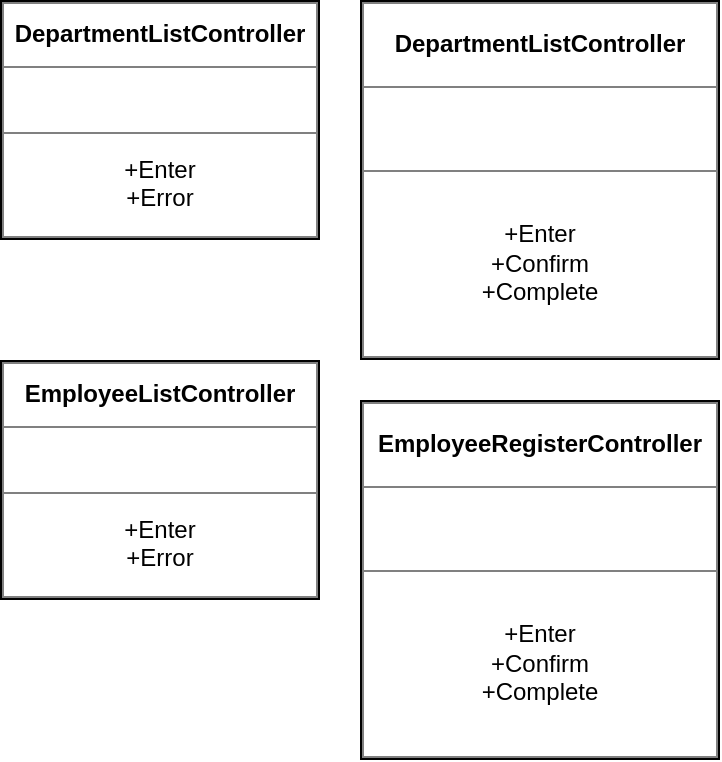
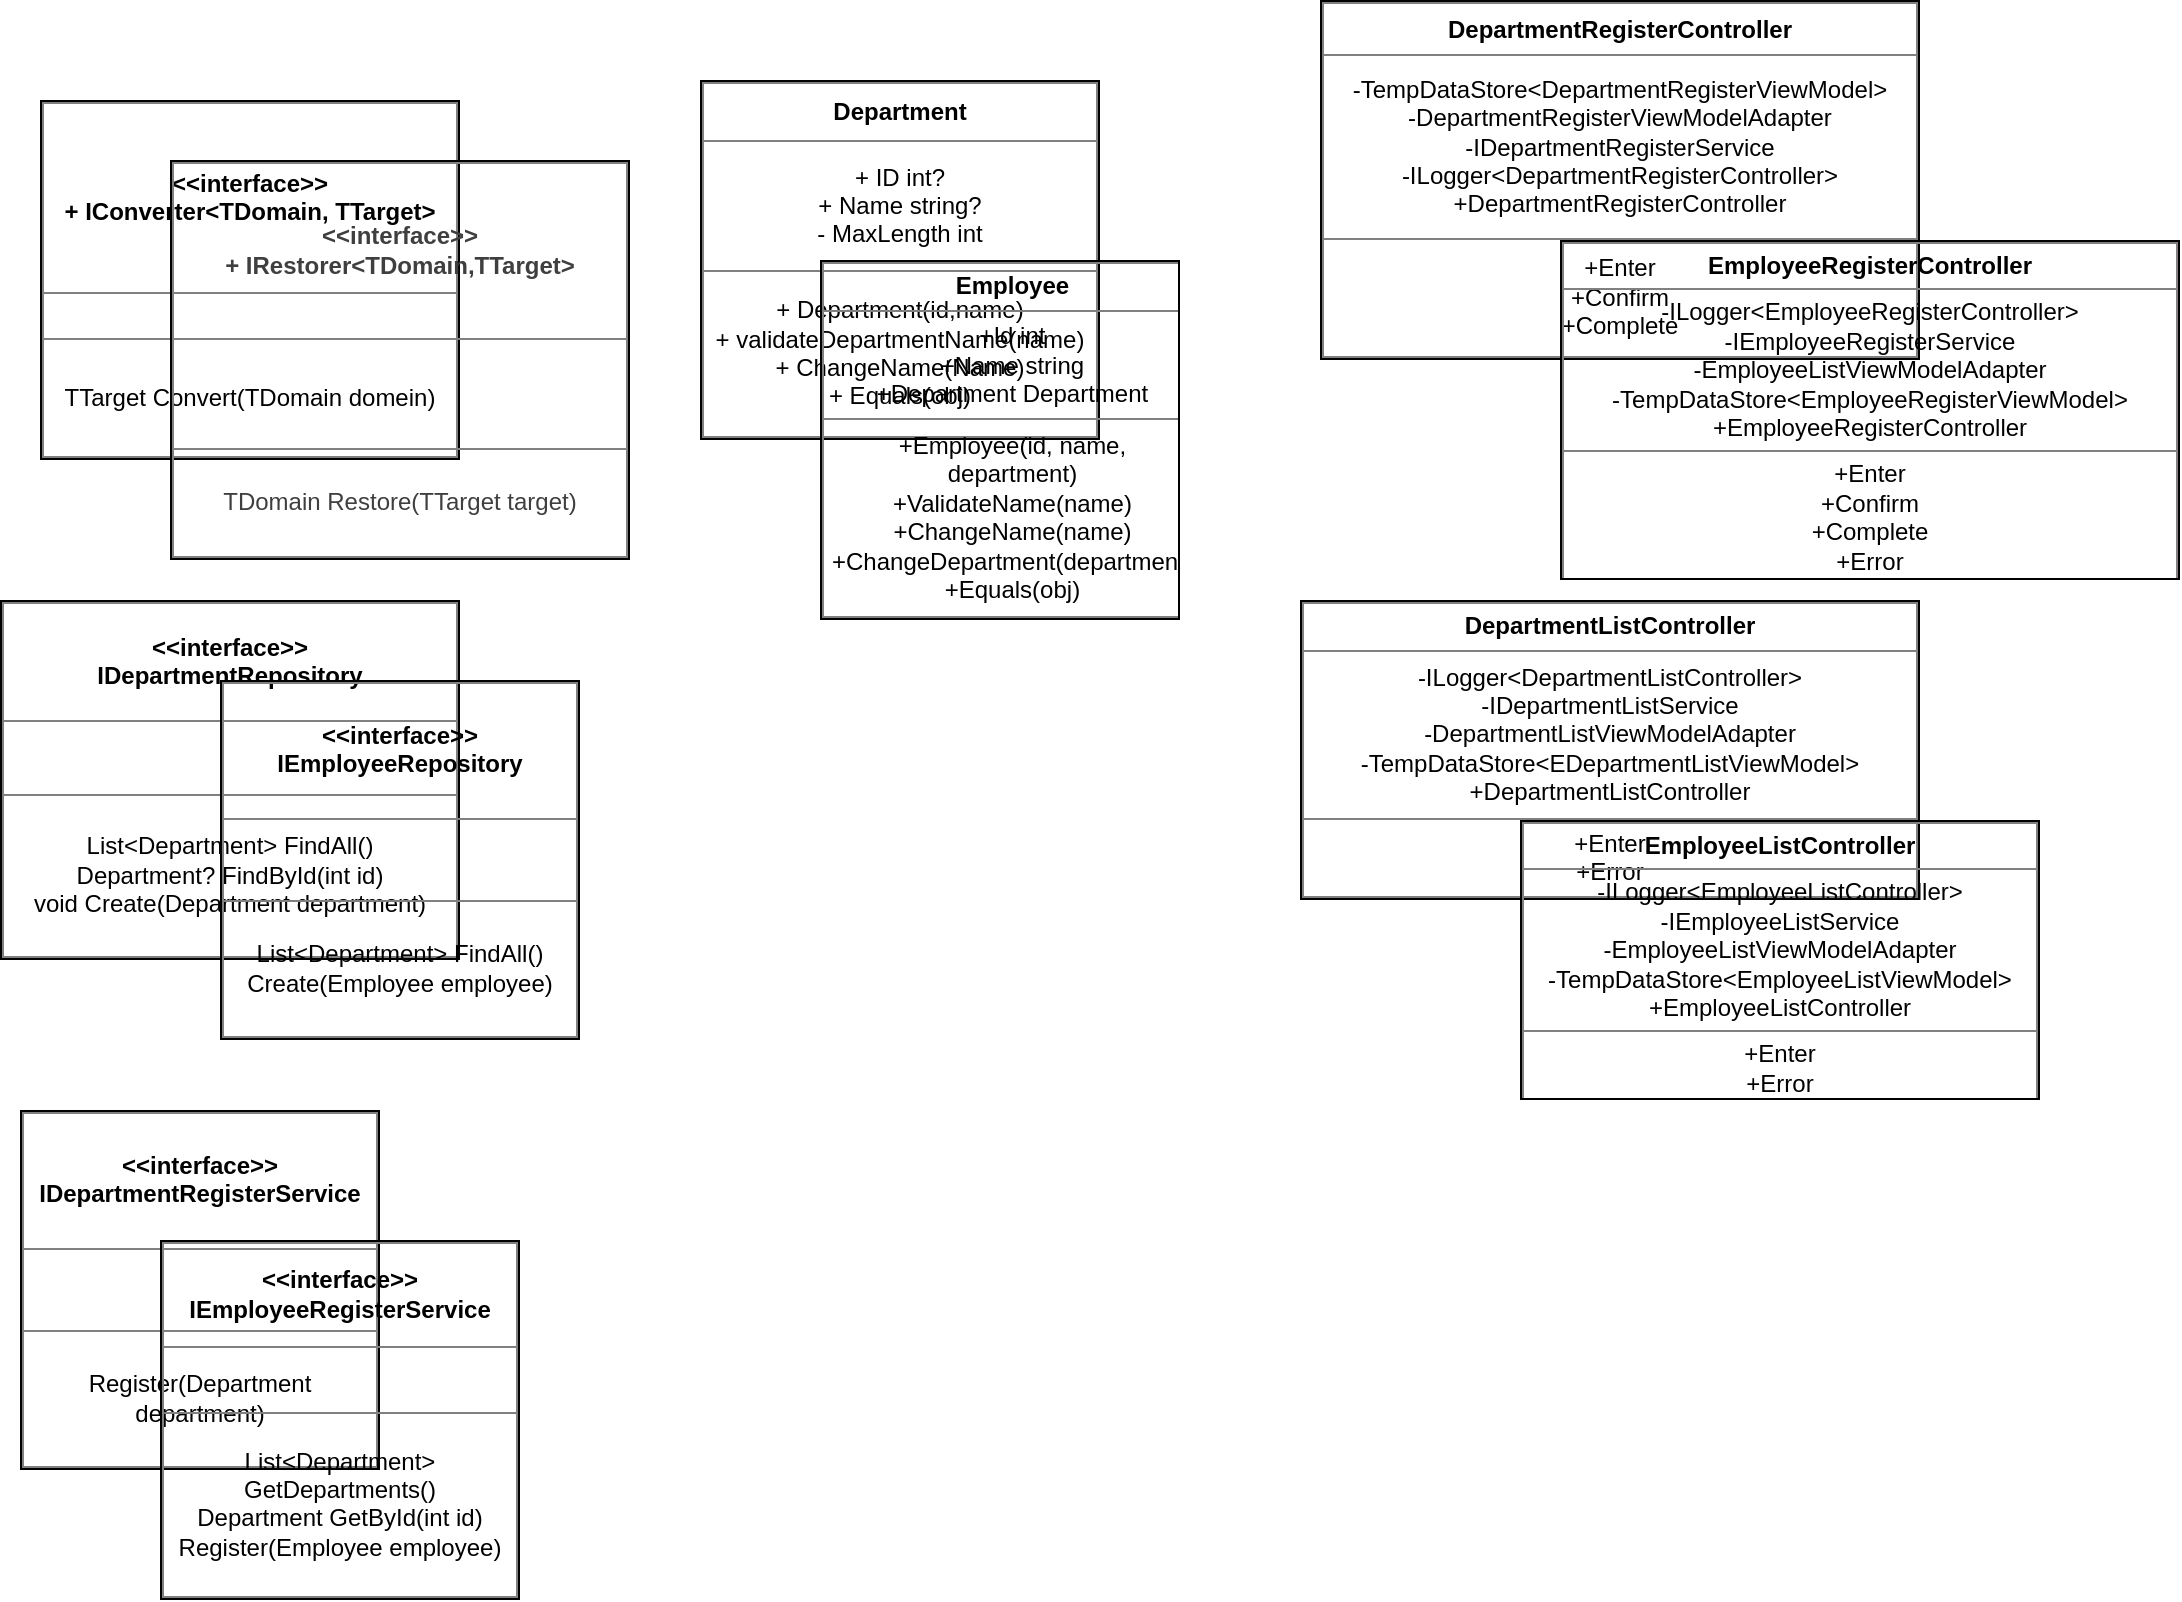
<mxfile host="65bd71144e">
    <diagram name="ページ-1" id="61RVPWnuirh5MR-BbGoL">
-         <mxGraphModel dx="538" dy="515" grid="1" gridSize="10" guides="1" tooltips="1" connect="1" arrows="1" fold="1" page="1" pageScale="1" pageWidth="827" pageHeight="1169" math="0" shadow="0">
+         <mxGraphModel dx="1621" dy="419" grid="1" gridSize="10" guides="1" tooltips="1" connect="1" arrows="1" fold="1" page="1" pageScale="1" pageWidth="827" pageHeight="1169" math="0" shadow="0">
            <root>
                <mxCell id="0"/>
                <mxCell id="1" parent="0"/>
-                 <mxCell id="2" value="&lt;table border=&quot;1&quot; width=&quot;100%&quot; height=&quot;100%&quot; cellpadding=&quot;4&quot; style=&quot;width:100%;height:100%;border-collapse:collapse;&quot;&gt;&lt;tbody&gt;&lt;tr&gt;&lt;th align=&quot;center&quot;&gt;DepartmentListController&lt;/th&gt;&lt;/tr&gt;&lt;tr&gt;&lt;td align=&quot;center&quot;&gt;&lt;br&gt;&lt;/td&gt;&lt;/tr&gt;&lt;tr&gt;&lt;td align=&quot;center&quot;&gt;+Enter&lt;br&gt;+Error&lt;/td&gt;&lt;/tr&gt;&lt;/tbody&gt;&lt;/table&gt;" style="text;html=1;whiteSpace=wrap;strokeColor=none;fillColor=none;overflow=fill;labelBorderColor=default;" parent="1" vertex="1">
-                     <mxGeometry x="20" y="90" width="160" height="120" as="geometry"/>
+                 <mxCell id="2" value="&lt;table border=&quot;1&quot; width=&quot;100%&quot; height=&quot;100%&quot; cellpadding=&quot;4&quot; style=&quot;width:100%;height:100%;border-collapse:collapse;&quot;&gt;&lt;tbody&gt;&lt;tr&gt;&lt;th align=&quot;center&quot;&gt;DepartmentListController&lt;/th&gt;&lt;/tr&gt;&lt;tr&gt;&lt;td align=&quot;center&quot;&gt;-ILogger&amp;lt;DepartmentListController&amp;gt;&lt;br&gt;-IDepartmentListService&lt;br&gt;-DepartmentListViewModelAdapter&lt;br&gt;-TempDataStore&amp;lt;EDepartmentListViewModel&amp;gt;&lt;br&gt;+DepartmentListController&lt;/td&gt;&lt;/tr&gt;&lt;tr&gt;&lt;td align=&quot;center&quot;&gt;+Enter&lt;br&gt;+Error&lt;/td&gt;&lt;/tr&gt;&lt;/tbody&gt;&lt;/table&gt;" style="text;html=1;whiteSpace=wrap;strokeColor=none;fillColor=none;overflow=fill;labelBorderColor=default;" parent="1" vertex="1">
+                     <mxGeometry x="360" y="330" width="310" height="150" as="geometry"/>
                </mxCell>
-                 <mxCell id="6" value="&lt;table border=&quot;1&quot; width=&quot;100%&quot; height=&quot;100%&quot; cellpadding=&quot;4&quot; style=&quot;width:100%;height:100%;border-collapse:collapse;&quot;&gt;&lt;tbody&gt;&lt;tr&gt;&lt;th align=&quot;center&quot;&gt;DepartmentListController&lt;/th&gt;&lt;/tr&gt;&lt;tr&gt;&lt;td align=&quot;center&quot;&gt;&lt;br&gt;&lt;/td&gt;&lt;/tr&gt;&lt;tr&gt;&lt;td align=&quot;center&quot;&gt;+Enter&lt;br&gt;+Confirm&lt;br&gt;+Complete&lt;/td&gt;&lt;/tr&gt;&lt;/tbody&gt;&lt;/table&gt;" style="text;html=1;whiteSpace=wrap;strokeColor=none;fillColor=none;overflow=fill;labelBorderColor=default;" parent="1" vertex="1">
-                     <mxGeometry x="200" y="90" width="180" height="180" as="geometry"/>
+                 <mxCell id="6" value="&lt;table border=&quot;1&quot; width=&quot;100%&quot; height=&quot;100%&quot; cellpadding=&quot;4&quot; style=&quot;width:100%;height:100%;border-collapse:collapse;&quot;&gt;&lt;tbody&gt;&lt;tr&gt;&lt;th align=&quot;center&quot;&gt;DepartmentRegisterController&lt;/th&gt;&lt;/tr&gt;&lt;tr&gt;&lt;td align=&quot;center&quot;&gt;-TempDataStore&amp;lt;DepartmentRegisterViewModel&amp;gt;&lt;br&gt;-DepartmentRegisterViewModelAdapter&lt;br&gt;-IDepartmentRegisterService&lt;br&gt;-ILogger&amp;lt;DepartmentRegisterController&amp;gt;&lt;br&gt;+DepartmentRegisterController&lt;br&gt;&lt;/td&gt;&lt;/tr&gt;&lt;tr&gt;&lt;td align=&quot;center&quot;&gt;+Enter&lt;br&gt;+Confirm&lt;br&gt;+Complete&lt;/td&gt;&lt;/tr&gt;&lt;/tbody&gt;&lt;/table&gt;" style="text;html=1;whiteSpace=wrap;strokeColor=none;fillColor=none;overflow=fill;labelBorderColor=default;" parent="1" vertex="1">
+                     <mxGeometry x="370" y="30" width="300" height="180" as="geometry"/>
                </mxCell>
-                 <mxCell id="9" value="&lt;table border=&quot;1&quot; width=&quot;100%&quot; height=&quot;100%&quot; cellpadding=&quot;4&quot; style=&quot;width:100%;height:100%;border-collapse:collapse;&quot;&gt;&lt;tbody&gt;&lt;tr&gt;&lt;th align=&quot;center&quot;&gt;EmployeeListController&lt;/th&gt;&lt;/tr&gt;&lt;tr&gt;&lt;td align=&quot;center&quot;&gt;&lt;br&gt;&lt;/td&gt;&lt;/tr&gt;&lt;tr&gt;&lt;td align=&quot;center&quot;&gt;+Enter&lt;br&gt;+Error&lt;/td&gt;&lt;/tr&gt;&lt;/tbody&gt;&lt;/table&gt;" style="text;html=1;whiteSpace=wrap;strokeColor=none;fillColor=none;overflow=fill;labelBorderColor=default;" parent="1" vertex="1">
-                     <mxGeometry x="20" y="270" width="160" height="120" as="geometry"/>
+                 <mxCell id="9" value="&lt;table border=&quot;1&quot; width=&quot;100%&quot; height=&quot;100%&quot; cellpadding=&quot;4&quot; style=&quot;width:100%;height:100%;border-collapse:collapse;&quot;&gt;&lt;tbody&gt;&lt;tr&gt;&lt;th align=&quot;center&quot;&gt;EmployeeListController&lt;/th&gt;&lt;/tr&gt;&lt;tr&gt;&lt;td align=&quot;center&quot;&gt;-ILogger&amp;lt;EmployeeListController&amp;gt;&lt;br&gt;-IEmployeeListService&lt;br&gt;-EmployeeListViewModelAdapter&lt;br&gt;-TempDataStore&amp;lt;EmployeeListViewModel&amp;gt;&lt;br&gt;+EmployeeListController&lt;/td&gt;&lt;/tr&gt;&lt;tr&gt;&lt;td align=&quot;center&quot;&gt;+Enter&lt;br&gt;+Error&lt;/td&gt;&lt;/tr&gt;&lt;/tbody&gt;&lt;/table&gt;" style="text;html=1;whiteSpace=wrap;strokeColor=none;fillColor=none;overflow=fill;labelBorderColor=default;" parent="1" vertex="1">
+                     <mxGeometry x="470" y="440" width="260" height="140" as="geometry"/>
                </mxCell>
-                 <mxCell id="10" value="&lt;table border=&quot;1&quot; width=&quot;100%&quot; height=&quot;100%&quot; cellpadding=&quot;4&quot; style=&quot;width:100%;height:100%;border-collapse:collapse;&quot;&gt;&lt;tbody&gt;&lt;tr&gt;&lt;th align=&quot;center&quot;&gt;EmployeeRegisterController&lt;/th&gt;&lt;/tr&gt;&lt;tr&gt;&lt;td align=&quot;center&quot;&gt;&lt;br&gt;&lt;/td&gt;&lt;/tr&gt;&lt;tr&gt;&lt;td align=&quot;center&quot;&gt;+Enter&lt;br&gt;+Confirm&lt;br&gt;+Complete&lt;/td&gt;&lt;/tr&gt;&lt;/tbody&gt;&lt;/table&gt;" style="text;html=1;whiteSpace=wrap;strokeColor=none;fillColor=none;overflow=fill;labelBorderColor=default;" parent="1" vertex="1">
-                     <mxGeometry x="200" y="290" width="180" height="180" as="geometry"/>
+                 <mxCell id="10" value="&lt;table border=&quot;1&quot; width=&quot;100%&quot; height=&quot;100%&quot; cellpadding=&quot;4&quot; style=&quot;width:100%;height:100%;border-collapse:collapse;&quot;&gt;&lt;tbody&gt;&lt;tr&gt;&lt;th align=&quot;center&quot;&gt;EmployeeRegisterController&lt;/th&gt;&lt;/tr&gt;&lt;tr&gt;&lt;td align=&quot;center&quot;&gt;-ILogger&amp;lt;EmployeeRegisterController&amp;gt;&lt;br&gt;-IEmployeeRegisterService&lt;br&gt;-EmployeeListViewModelAdapter&lt;br&gt;-TempDataStore&amp;lt;EmployeeRegisterViewModel&amp;gt;&lt;br&gt;+EmployeeRegisterController&lt;/td&gt;&lt;/tr&gt;&lt;tr&gt;&lt;td align=&quot;center&quot;&gt;+Enter&lt;br&gt;+Confirm&lt;br&gt;+Complete&lt;br&gt;+Error&lt;/td&gt;&lt;/tr&gt;&lt;/tbody&gt;&lt;/table&gt;" style="text;html=1;whiteSpace=wrap;strokeColor=none;fillColor=none;overflow=fill;labelBorderColor=default;" parent="1" vertex="1">
+                     <mxGeometry x="490" y="150" width="310" height="170" as="geometry"/>
+                 </mxCell>
+                 <mxCell id="11" value="&lt;table border=&quot;1&quot; width=&quot;100%&quot; height=&quot;100%&quot; cellpadding=&quot;4&quot; style=&quot;width:100%;height:100%;border-collapse:collapse;&quot;&gt;&lt;tbody&gt;&lt;tr&gt;&lt;th align=&quot;center&quot;&gt;&amp;lt;&amp;lt;interface&amp;gt;&amp;gt;&lt;br&gt;+ IConverter&amp;lt;TDomain, TTarget&amp;gt;&lt;/th&gt;&lt;/tr&gt;&lt;tr&gt;&lt;td align=&quot;center&quot;&gt;&lt;/td&gt;&lt;/tr&gt;&lt;tr&gt;&lt;td align=&quot;center&quot;&gt;TTarget Convert(TDomain domein)&lt;/td&gt;&lt;/tr&gt;&lt;/tbody&gt;&lt;/table&gt;" style="text;html=1;whiteSpace=wrap;strokeColor=none;fillColor=none;overflow=fill;labelBackgroundColor=none;labelBorderColor=default;" vertex="1" parent="1">
+                     <mxGeometry x="-270" y="80" width="210" height="180" as="geometry"/>
+                 </mxCell>
+                 <mxCell id="14" value="&lt;table border=&quot;1&quot; width=&quot;100%&quot; height=&quot;100%&quot; cellpadding=&quot;4&quot; style=&quot;width:100%;height:100%;border-collapse:collapse;&quot;&gt;&lt;tbody&gt;&lt;tr&gt;&lt;th align=&quot;center&quot;&gt;Department&lt;/th&gt;&lt;/tr&gt;&lt;tr&gt;&lt;td align=&quot;center&quot;&gt;+ ID int?&lt;br&gt;+ Name string?&lt;br&gt;- MaxLength int&lt;/td&gt;&lt;/tr&gt;&lt;tr&gt;&lt;td align=&quot;center&quot;&gt;+ Department(id,name)&lt;br&gt;+ validateDepartmentName(name)&lt;br&gt;+ ChangeName(Name)&lt;br&gt;+ Equals(obj)&lt;/td&gt;&lt;/tr&gt;&lt;/tbody&gt;&lt;/table&gt;" style="text;html=1;whiteSpace=wrap;strokeColor=none;fillColor=none;overflow=fill;labelBorderColor=default;" vertex="1" parent="1">
+                     <mxGeometry x="60" y="70" width="200" height="180" as="geometry"/>
+                 </mxCell>
+                 <mxCell id="15" value="&lt;table border=&quot;1&quot; width=&quot;100%&quot; height=&quot;100%&quot; cellpadding=&quot;4&quot; style=&quot;width:100%;height:100%;border-collapse:collapse;&quot;&gt;&lt;tbody&gt;&lt;tr&gt;&lt;th align=&quot;center&quot;&gt;Employee&lt;/th&gt;&lt;/tr&gt;&lt;tr&gt;&lt;td align=&quot;center&quot;&gt;&lt;font face=&quot;Helvetica&quot;&gt;+Id int&lt;br&gt;+Name string&lt;br&gt;+Department Department&lt;br&gt;&lt;/font&gt;&lt;/td&gt;&lt;/tr&gt;&lt;tr&gt;&lt;td align=&quot;center&quot;&gt;+Employee(id, name, department)&lt;br&gt;+ValidateName(name)&lt;br&gt;+ChangeName(name)&lt;br&gt;+ChangeDepartment(department)&lt;br&gt;+Equals(obj)&lt;/td&gt;&lt;/tr&gt;&lt;/tbody&gt;&lt;/table&gt;" style="text;html=1;whiteSpace=wrap;strokeColor=none;fillColor=none;overflow=fill;labelBackgroundColor=none;labelBorderColor=default;" vertex="1" parent="1">
+                     <mxGeometry x="120" y="160" width="180" height="180" as="geometry"/>
+                 </mxCell>
+                 <mxCell id="16" value="&lt;table border=&quot;1&quot; width=&quot;100%&quot; height=&quot;100%&quot; cellpadding=&quot;4&quot; style=&quot;width:100%;height:100%;border-collapse:collapse;&quot;&gt;&lt;tbody&gt;&lt;tr&gt;&lt;th align=&quot;center&quot;&gt;&amp;lt;&amp;lt;interface&amp;gt;&amp;gt;&lt;br&gt;IDepartmentRepository&lt;/th&gt;&lt;/tr&gt;&lt;tr&gt;&lt;td align=&quot;center&quot;&gt;&lt;br&gt;&lt;/td&gt;&lt;/tr&gt;&lt;tr&gt;&lt;td align=&quot;center&quot;&gt;List&amp;lt;Department&amp;gt; FindAll()&lt;br&gt;Department? FindById(int id)&lt;br&gt;void Create(Department department)&lt;/td&gt;&lt;/tr&gt;&lt;/tbody&gt;&lt;/table&gt;" style="text;html=1;whiteSpace=wrap;strokeColor=none;fillColor=none;overflow=fill;labelBorderColor=default;" vertex="1" parent="1">
+                     <mxGeometry x="-290" y="330" width="230" height="180" as="geometry"/>
+                 </mxCell>
+                 <mxCell id="17" value="&lt;table border=&quot;1&quot; width=&quot;100%&quot; height=&quot;100%&quot; cellpadding=&quot;4&quot; style=&quot;width:100%;height:100%;border-collapse:collapse;&quot;&gt;&lt;tbody&gt;&lt;tr&gt;&lt;th align=&quot;center&quot;&gt;&amp;lt;&amp;lt;interface&amp;gt;&amp;gt;&lt;br&gt;IEmployeeRepository&lt;/th&gt;&lt;/tr&gt;&lt;tr&gt;&lt;td align=&quot;center&quot;&gt;&lt;br&gt;&lt;/td&gt;&lt;/tr&gt;&lt;tr&gt;&lt;td align=&quot;center&quot;&gt;List&amp;lt;Department&amp;gt; FindAll()&lt;br&gt;Create(Employee employee)&lt;/td&gt;&lt;/tr&gt;&lt;/tbody&gt;&lt;/table&gt;" style="text;html=1;whiteSpace=wrap;strokeColor=none;fillColor=none;overflow=fill;labelBorderColor=default;" vertex="1" parent="1">
+                     <mxGeometry x="-180" y="370" width="180" height="180" as="geometry"/>
+                 </mxCell>
+                 <mxCell id="18" value="&lt;table border=&quot;1&quot; width=&quot;100%&quot; height=&quot;100%&quot; cellpadding=&quot;4&quot; style=&quot;width:100%;height:100%;border-collapse:collapse;&quot;&gt;&lt;tbody&gt;&lt;tr&gt;&lt;th align=&quot;center&quot;&gt;&amp;lt;&amp;lt;interface&amp;gt;&amp;gt;&lt;br&gt;IDepartmentRegisterService&lt;/th&gt;&lt;/tr&gt;&lt;tr&gt;&lt;td align=&quot;center&quot;&gt;&lt;br&gt;&lt;/td&gt;&lt;/tr&gt;&lt;tr&gt;&lt;td align=&quot;center&quot;&gt;Register(Department department)&lt;/td&gt;&lt;/tr&gt;&lt;/tbody&gt;&lt;/table&gt;" style="text;html=1;whiteSpace=wrap;strokeColor=none;fillColor=none;overflow=fill;labelBorderColor=default;" vertex="1" parent="1">
+                     <mxGeometry x="-280" y="585" width="180" height="180" as="geometry"/>
+                 </mxCell>
+                 <mxCell id="19" value="&lt;table border=&quot;1&quot; width=&quot;100%&quot; height=&quot;100%&quot; cellpadding=&quot;4&quot; style=&quot;width:100%;height:100%;border-collapse:collapse;&quot;&gt;&lt;tbody&gt;&lt;tr&gt;&lt;th align=&quot;center&quot;&gt;&amp;lt;&amp;lt;interface&amp;gt;&amp;gt;&lt;br&gt;IEmployeeRegisterService&lt;/th&gt;&lt;/tr&gt;&lt;tr&gt;&lt;td align=&quot;center&quot;&gt;&lt;br&gt;&lt;/td&gt;&lt;/tr&gt;&lt;tr&gt;&lt;td align=&quot;center&quot;&gt;List&amp;lt;Department&amp;gt; GetDepartments()&lt;br&gt;Department GetById(int id)&lt;br&gt;Register(Employee employee)&lt;/td&gt;&lt;/tr&gt;&lt;/tbody&gt;&lt;/table&gt;" style="text;html=1;whiteSpace=wrap;strokeColor=none;fillColor=none;overflow=fill;labelBorderColor=default;" vertex="1" parent="1">
+                     <mxGeometry x="-210" y="650" width="180" height="180" as="geometry"/>
+                 </mxCell>
+                 <mxCell id="21" value="&lt;table border=&quot;1&quot; width=&quot;100%&quot; height=&quot;100%&quot; cellpadding=&quot;4&quot; style=&quot;width:100%;height:100%;border-collapse:collapse;&quot;&gt;&lt;tbody&gt;&lt;tr&gt;&lt;th align=&quot;center&quot;&gt;&lt;span style=&quot;color: rgb(63, 63, 63);&quot;&gt;&amp;lt;&amp;lt;interface&amp;gt;&amp;gt;&lt;br&gt;&lt;span style=&quot;color: rgb(63, 63, 63);&quot;&gt;+ IRestorer&amp;lt;TDomain,TTarget&amp;gt;&lt;/span&gt;&lt;/span&gt;&lt;/th&gt;&lt;/tr&gt;&lt;tr&gt;&lt;td align=&quot;center&quot;&gt;&lt;br&gt;&lt;/td&gt;&lt;/tr&gt;&lt;tr&gt;&lt;td align=&quot;center&quot;&gt;&lt;span style=&quot;color: rgb(63, 63, 63);&quot;&gt;TDomain Restore(TTarget target)&lt;/span&gt;&lt;/td&gt;&lt;/tr&gt;&lt;/tbody&gt;&lt;/table&gt;" style="text;html=1;whiteSpace=wrap;strokeColor=none;fillColor=none;overflow=fill;labelBorderColor=default;" vertex="1" parent="1">
+                     <mxGeometry x="-205" y="110" width="230" height="200" as="geometry"/>
                </mxCell>
            </root>
        </mxGraphModel>
    </diagram>
</mxfile>